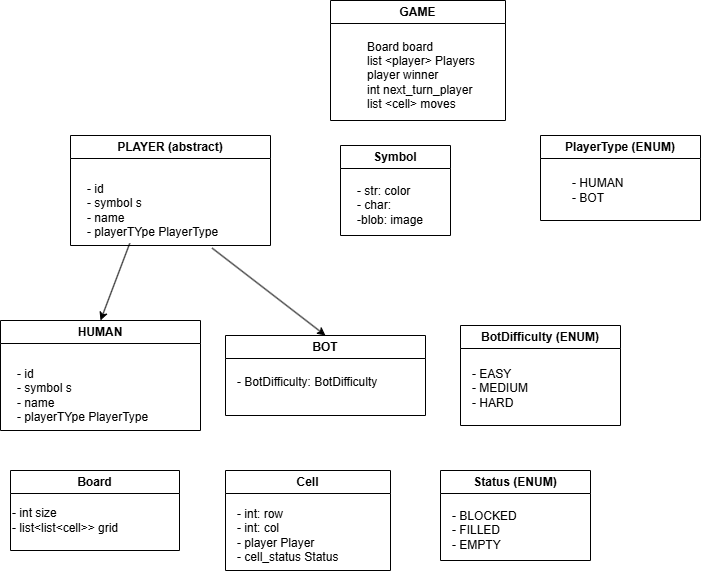
Above: tic-tac-toe.drawio.png in ashu7mishra/tic-tac-toe (draw.io), before the change. Source tidied: cells renumbered, new cells last; positions are measured from the earlier drawing's top-left corner, leaving out a move shared by most shapes.
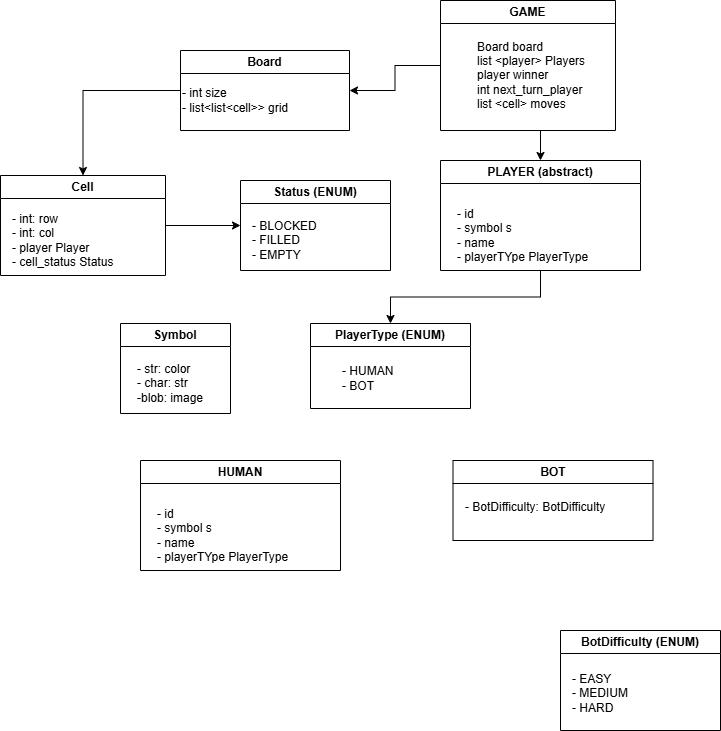
After the change.

The edit, as a diff of the source:
```diff
@@ -2,71 +2,82 @@
   <root>
     <mxCell id="0" />
     <mxCell id="1" parent="0" />
+    <mxCell id="24" style="edgeStyle=orthogonalEdgeStyle;rounded=0;jettySize=auto;html=1;entryX=1;entryY=0.5;entryDx=0;entryDy=0;" parent="1" edge="1" source="2" target="10">
+      <mxGeometry relative="1" as="geometry" />
+    </mxCell>
     <mxCell id="2" value="GAME" style="swimlane;whiteSpace=wrap;html=1;" parent="1" vertex="1">
-      <mxGeometry x="330" width="175" height="120" as="geometry" />
+      <mxGeometry x="480" y="-180" width="175" height="130" as="geometry" />
     </mxCell>
     <mxCell id="3" value="Board board&lt;div&gt;list &amp;lt;player&amp;gt; Players&lt;/div&gt;&lt;div&gt;player winner&lt;/div&gt;&lt;div&gt;int next_turn_player&lt;/div&gt;&lt;div&gt;list &amp;lt;cell&amp;gt; moves&lt;/div&gt;" style="text;html=1;align=left;verticalAlign=middle;strokeColor=none;fillColor=none;" parent="2" vertex="1">
       <mxGeometry x="35" y="30" width="130" height="90" as="geometry" />
     </mxCell>
     <mxCell id="4" value="HUMAN" style="swimlane;whiteSpace=wrap;html=1;" parent="1" vertex="1">
-      <mxGeometry y="320" width="200" height="110" as="geometry" />
+      <mxGeometry x="180" y="280" width="200" height="110" as="geometry" />
     </mxCell>
     <mxCell id="5" value="- id&lt;div&gt;- symbol s&lt;/div&gt;&lt;div&gt;- name&lt;/div&gt;&lt;div&gt;- playerTYpe PlayerType&lt;/div&gt;" style="text;html=1;align=left;verticalAlign=middle;strokeColor=none;fillColor=none;" parent="4" vertex="1">
       <mxGeometry x="15" y="40" width="150" height="70" as="geometry" />
     </mxCell>
     <mxCell id="6" value="Symbol" style="swimlane;whiteSpace=wrap;html=1;" parent="1" vertex="1">
-      <mxGeometry x="340" y="145" width="110" height="90" as="geometry" />
+      <mxGeometry x="160" y="143" width="110" height="90" as="geometry" />
     </mxCell>
-    <mxCell id="7" value="- str: color&lt;div&gt;- char:&amp;nbsp;&lt;/div&gt;&lt;div&gt;-blob: image&lt;/div&gt;" style="text;html=1;align=left;verticalAlign=middle;strokeColor=none;fillColor=none;" parent="6" vertex="1">
+    <mxCell id="7" value="- str: color&lt;div&gt;- char: str&lt;/div&gt;&lt;div&gt;-blob: image&lt;/div&gt;" style="text;html=1;align=left;verticalAlign=middle;strokeColor=none;fillColor=none;" parent="6" vertex="1">
       <mxGeometry x="15" y="30" width="90" height="60" as="geometry" />
     </mxCell>
     <mxCell id="8" value="BOT" style="swimlane;whiteSpace=wrap;html=1;" parent="1" vertex="1">
-      <mxGeometry x="225" y="335" width="200" height="80" as="geometry" />
+      <mxGeometry x="492.5" y="280" width="200" height="80" as="geometry" />
     </mxCell>
     <mxCell id="9" value="- BotDifficulty: BotDifficulty" style="text;html=1;align=left;verticalAlign=middle;strokeColor=none;fillColor=none;" parent="8" vertex="1">
       <mxGeometry x="10" y="32" width="160" height="30" as="geometry" />
     </mxCell>
+    <mxCell id="25" style="edgeStyle=orthogonalEdgeStyle;rounded=0;jettySize=auto;html=1;entryX=0.5;entryY=0;entryDx=0;entryDy=0;" parent="1" edge="1" source="10" target="20">
+      <mxGeometry relative="1" as="geometry" />
+    </mxCell>
     <mxCell id="10" value="Board" style="swimlane;whiteSpace=wrap;html=1;" parent="1" vertex="1">
-      <mxGeometry x="10" y="470" width="169" height="80" as="geometry" />
+      <mxGeometry x="220" y="-130" width="169" height="80" as="geometry" />
     </mxCell>
     <mxCell id="11" value="- int size&lt;div&gt;- list&amp;lt;list&amp;lt;cell&amp;gt;&amp;gt; grid&lt;/div&gt;" style="text;html=1;align=left;verticalAlign=middle;strokeColor=none;fillColor=none;" parent="10" vertex="1">
       <mxGeometry y="30" width="130" height="40" as="geometry" />
     </mxCell>
     <mxCell id="12" value="PlayerType (ENUM)" style="swimlane;whiteSpace=wrap;html=1;" parent="1" vertex="1">
-      <mxGeometry x="540" y="135" width="160" height="85" as="geometry" />
+      <mxGeometry x="350" y="143" width="160" height="85" as="geometry" />
     </mxCell>
     <mxCell id="13" value="- HUMAN&lt;div&gt;- BOT&lt;/div&gt;" style="text;html=1;align=left;verticalAlign=middle;strokeColor=none;fillColor=none;" parent="12" vertex="1">
       <mxGeometry x="30" y="35" width="70" height="40" as="geometry" />
     </mxCell>
+    <mxCell id="26" style="edgeStyle=orthogonalEdgeStyle;rounded=0;jettySize=auto;html=1;entryX=0.5;entryY=0;entryDx=0;entryDy=0;" parent="1" edge="1" source="14" target="12">
+      <mxGeometry relative="1" as="geometry" />
+    </mxCell>
     <mxCell id="14" value="PLAYER (abstract)" style="swimlane;whiteSpace=wrap;html=1;" parent="1" vertex="1">
-      <mxGeometry x="70" y="135" width="200" height="110" as="geometry" />
+      <mxGeometry x="480" y="-20" width="200" height="110" as="geometry" />
     </mxCell>
     <mxCell id="15" value="- id&lt;div&gt;- symbol s&lt;/div&gt;&lt;div&gt;- name&lt;/div&gt;&lt;div&gt;- playerTYpe PlayerType&lt;/div&gt;" style="text;html=1;align=left;verticalAlign=middle;points=[];strokeColor=none;fillColor=none;" parent="14" vertex="1">
       <mxGeometry x="15" y="40" width="150" height="70" as="geometry" />
     </mxCell>
-    <mxCell id="16" style="endArrow=classic;html=1;rounded=0;exitX=0.295;exitY=0.969;exitDx=0;exitDy=0;exitPerimeter=0;entryX=0.5;entryY=0;entryDx=0;entryDy=0;" parent="1" edge="1" source="15" target="4">
-      <mxGeometry relative="1" as="geometry" />
-    </mxCell>
-    <mxCell id="17" style="endArrow=classic;html=1;rounded=0;exitX=0.844;exitY=1.037;exitDx=0;exitDy=0;exitPerimeter=0;entryX=0.5;entryY=0;entryDx=0;entryDy=0;" parent="1" edge="1" source="15" target="8">
-      <mxGeometry relative="1" as="geometry" />
-    </mxCell>
     <mxCell id="18" value="BotDifficulty (ENUM)" style="swimlane;whiteSpace=wrap;html=1;" parent="1" vertex="1">
-      <mxGeometry x="460" y="325" width="160" height="100" as="geometry" />
+      <mxGeometry x="600" y="450" width="160" height="100" as="geometry" />
     </mxCell>
     <mxCell id="19" value="- EASY&lt;div&gt;- MEDIUM&lt;/div&gt;&lt;div&gt;- HARD&lt;/div&gt;" style="text;html=1;align=left;verticalAlign=middle;strokeColor=none;fillColor=none;" parent="18" vertex="1">
       <mxGeometry x="10" y="33" width="80" height="60" as="geometry" />
     </mxCell>
+    <mxCell id="27" style="edgeStyle=orthogonalEdgeStyle;rounded=0;jettySize=auto;html=1;entryX=0;entryY=0.5;entryDx=0;entryDy=0;" parent="1" edge="1" source="20" target="22">
+      <mxGeometry relative="1" as="geometry" />
+    </mxCell>
     <mxCell id="20" value="Cell" style="swimlane;whiteSpace=wrap;html=1;" parent="1" vertex="1">
-      <mxGeometry x="225" y="470" width="165" height="100" as="geometry" />
+      <mxGeometry x="40" y="-5" width="165" height="100" as="geometry" />
     </mxCell>
     <mxCell id="21" value="- int: row&lt;div&gt;- int: col&lt;/div&gt;&lt;div&gt;- player Player&lt;/div&gt;&lt;div&gt;- cell_status Status&lt;/div&gt;" style="text;html=1;align=left;verticalAlign=middle;strokeColor=none;fillColor=none;" parent="20" vertex="1">
       <mxGeometry x="10" y="30" width="120" height="70" as="geometry" />
     </mxCell>
     <mxCell id="22" value="Status (ENUM)" style="swimlane;whiteSpace=wrap;html=1;" parent="1" vertex="1">
-      <mxGeometry x="440" y="470" width="150" height="90" as="geometry" />
+      <mxGeometry x="280" width="150" height="90" as="geometry" />
     </mxCell>
     <mxCell id="23" value="- BLOCKED&lt;div&gt;- FILLED&lt;/div&gt;&lt;div&gt;- EMPTY&lt;/div&gt;" style="text;html=1;align=left;verticalAlign=middle;strokeColor=none;fillColor=none;" parent="22" vertex="1">
       <mxGeometry x="10" y="30" width="90" height="60" as="geometry" />
     </mxCell>
+    <mxCell id="28" style="edgeStyle=orthogonalEdgeStyle;rounded=0;jettySize=auto;html=1;entryX=0.5;entryY=0;entryDx=0;entryDy=0;" parent="1" edge="1" target="14">
+      <mxGeometry relative="1" as="geometry">
+        <mxPoint x="580" y="-50" as="sourcePoint" />
+      </mxGeometry>
+    </mxCell>
   </root>
 </mxGraphModel>
```
